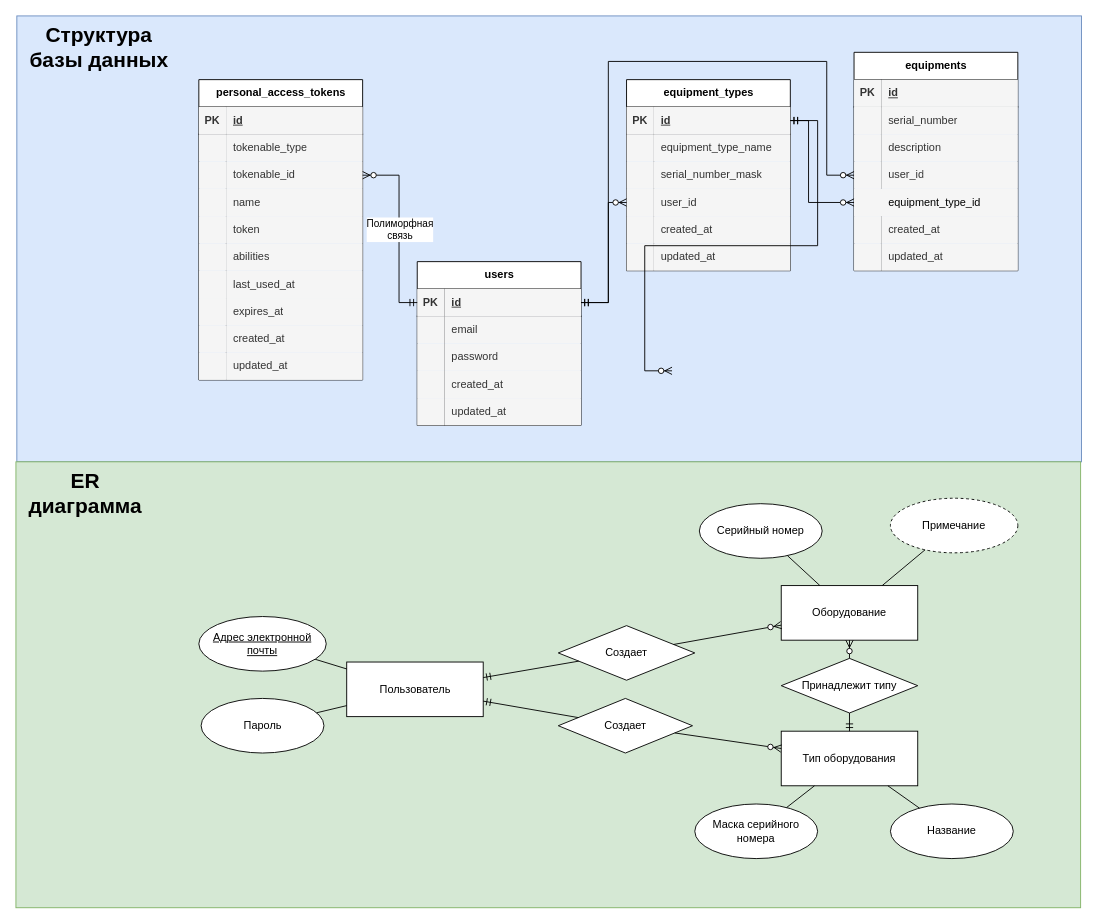
This is readme/ER_DB_scheme.drawio from ifdancoder/web_homework_cors, a draw.io file, before an edit. Source tidied: cells renumbered, new cells numbered last; positions are measured from the earlier drawing's top-left corner, leaving out a move shared by most shapes. Both pictures are drawn from the tidied source at 91%, with x=0, y=0 at pixel (15, 15).
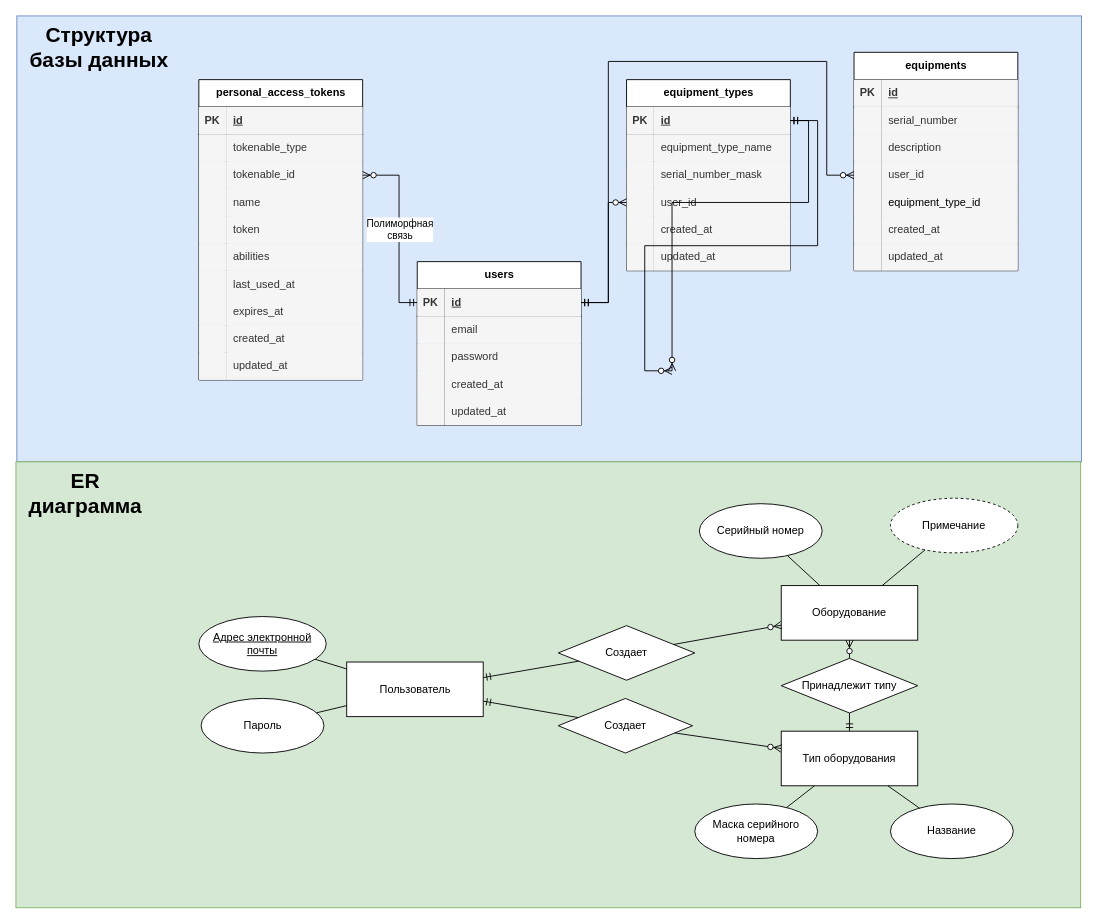
Above is the later version.

The change refers to these unchanged cells:
```xml
<mxCell id="5" style="shape=tableRow;horizontal=0;startSize=0;swimlaneHead=0;swimlaneBody=0;fillColor=none;points=[[0,0.5],[1,0.5]];portConstraint=eastwest;top=0;left=0;right=0;bottom=1;" parent="4" vertex="1">
  <mxGeometry y="30" width="180" height="30" as="geometry" />
</mxCell>
<mxCell id="23" value="equipments" style="shape=table;startSize=30;childLayout=tableLayout;rowLines=0;fontStyle=1;align=center;html=1;" parent="1" vertex="1">
  <mxGeometry x="921" y="40" width="180" height="240" as="geometry" />
</mxCell>
```

What changed in the source:
```diff
@@
-    <mxCell id="36" style="shape=tableRow;horizontal=0;startSize=0;swimlaneHead=0;swimlaneBody=0;fillColor=#f5f5f5;points=[[0,0.5],[1,0.5]];portConstraint=eastwest;top=0;left=0;right=0;bottom=0;fontColor=#333333;strokeColor=#666666;" parent="23" vertex="1">
-      <mxGeometry y="150" width="180" height="30" as="geometry" />
-    </mxCell>
+    <mxCell id="124" style="shape=tableRow;horizontal=0;startSize=0;swimlaneHead=0;swimlaneBody=0;fillColor=none;top=0;left=0;right=0;bottom=0;" parent="23" vertex="1">
+      <mxGeometry y="150" width="180" height="30" as="geometry" />
+    </mxCell>
-    <mxCell id="37" style="shape=partialRectangle;fillColor=#f5f5f5;top=0;left=0;bottom=0;right=0;overflow=hidden;whiteSpace=wrap;html=1;fontColor=#333333;strokeColor=#666666;" parent="36" vertex="1">
+    <mxCell id="37" style="shape=partialRectangle;fillColor=#f5f5f5;top=0;left=0;bottom=0;right=0;overflow=hidden;whiteSpace=wrap;html=1;fontColor=#333333;strokeColor=#666666;" parent="124" vertex="1">
       <mxGeometry width="30" height="30" as="geometry" />
     </mxCell>
-    <mxCell id="38" value="equipment_type_id" style="shape=partialRectangle;fillColor=none;top=0;left=0;bottom=0;right=0;align=left;spacingLeft=6;overflow=hidden;whiteSpace=wrap;html=1;" parent="36" vertex="1">
+    <mxCell id="38" value="&lt;span style=&quot;color: rgb(0, 0, 0);&quot;&gt;equipment_type_id&lt;/span&gt;" style="shape=partialRectangle;fillColor=#f5f5f5;top=0;left=0;bottom=0;right=0;align=left;spacingLeft=6;overflow=hidden;whiteSpace=wrap;html=1;fontColor=#333333;strokeColor=#666666;" parent="124" vertex="1">
       <mxGeometry x="30" width="150" height="30" as="geometry" />
     </mxCell>
@@
-    <mxCell id="97" style="edgeStyle=orthogonalEdgeStyle;fontSize=12;html=1;endArrow=ERzeroToMany;startArrow=ERmandOne;rounded=0;" parent="1" edge="1" source="5" target="36">
+    <mxCell id="97" style="edgeStyle=orthogonalEdgeStyle;fontSize=12;html=1;endArrow=ERzeroToMany;startArrow=ERmandOne;rounded=0;" parent="1" edge="1" source="5">
       <mxGeometry relative="1" as="geometry">
+        <mxPoint x="721" y="390" as="targetPoint" />
         <Array as="points">
           <mxPoint x="871" y="115" />
           <mxPoint x="871" y="205" />
         </Array>
       </mxGeometry>
     </mxCell>
```
